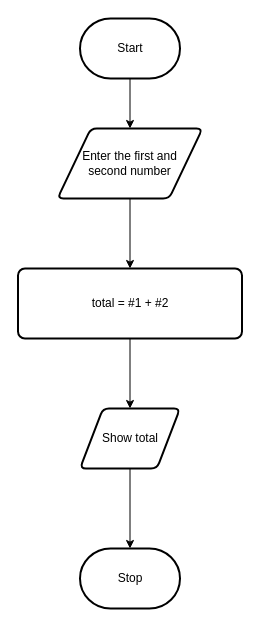
Before: flowchart.drawio in Huzaifa-Khalid-2/ICS3U-Unit3-01-Python, a draw.io diagram. Source tidied: cells renumbered, new cells numbered last; positions are measured from the earlier drawing's top-left corner, leaving out a move shared by most shapes. Both pictures are drawn from the tidied source at 100%, with x=0, y=0 at pixel (18, 18).
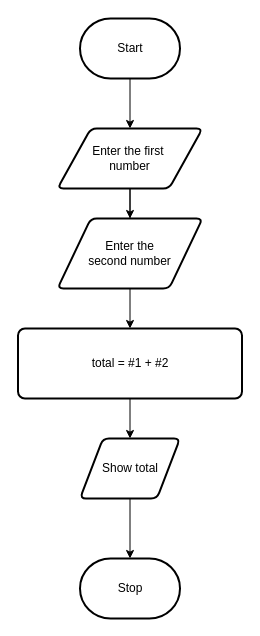
The same page after the edit.

Diff of the diagram source:
```diff
@@
 <mxGraphModel>
   <root>
     <mxCell id="0" />
     <mxCell id="1" parent="0" />
     <mxCell id="2" style="edgeStyle=none;html=1;" parent="1" edge="1" source="3" target="5">
       <mxGeometry relative="1" as="geometry" />
     </mxCell>
     <mxCell id="3" value="Start" style="strokeWidth=2;html=1;shape=mxgraph.flowchart.terminator;whiteSpace=wrap;" parent="1" vertex="1">
       <mxGeometry x="61.5" width="100" height="60" as="geometry" />
     </mxCell>
-    <mxCell id="4" style="edgeStyle=none;html=1;" parent="1" edge="1" source="5" target="7">
+    <mxCell id="4" style="edgeStyle=none;html=1;startArrow=none;" parent="1" edge="1" source="12" target="7">
       <mxGeometry relative="1" as="geometry" />
     </mxCell>
+    <mxCell id="11" style="edgeStyle=none;html=1;entryX=0.5;entryY=0;entryDx=0;entryDy=0;" parent="1" edge="1" source="5" target="12">
+      <mxGeometry relative="1" as="geometry" />
+    </mxCell>
-    <mxCell id="5" value="&lt;font style=&quot;font-size: 12px&quot;&gt;Enter the first and &lt;br&gt;second number&lt;/font&gt;" style="shape=parallelogram;html=1;strokeWidth=2;perimeter=parallelogramPerimeter;whiteSpace=wrap;rounded=1;arcSize=12;size=0.23;" parent="1" vertex="1">
-      <mxGeometry x="39" y="110" width="145" height="70" as="geometry" />
+    <mxCell id="5" value="&lt;font style=&quot;font-size: 12px&quot;&gt;Enter the first&amp;nbsp;&lt;br&gt;number&lt;/font&gt;" style="shape=parallelogram;html=1;strokeWidth=2;perimeter=parallelogramPerimeter;whiteSpace=wrap;rounded=1;arcSize=12;size=0.23;" parent="1" vertex="1">
+      <mxGeometry x="39" y="110" width="145" height="60" as="geometry" />
     </mxCell>
     <mxCell id="6" style="edgeStyle=none;html=1;" parent="1" edge="1" source="7" target="9">
       <mxGeometry relative="1" as="geometry" />
     </mxCell>
     <mxCell id="7" value="total = #1 + #2" style="rounded=1;whiteSpace=wrap;html=1;absoluteArcSize=1;arcSize=14;strokeWidth=2;" parent="1" vertex="1">
-      <mxGeometry x="-0.5" y="250" width="224" height="70" as="geometry" />
+      <mxGeometry x="-0.5" y="310" width="224" height="70" as="geometry" />
     </mxCell>
     <mxCell id="8" style="edgeStyle=none;html=1;" parent="1" edge="1" source="9" target="10">
       <mxGeometry relative="1" as="geometry" />
     </mxCell>
     <mxCell id="9" value="Show total" style="shape=parallelogram;html=1;strokeWidth=2;perimeter=parallelogramPerimeter;whiteSpace=wrap;rounded=1;arcSize=12;size=0.23;" parent="1" vertex="1">
-      <mxGeometry x="61.5" y="390" width="100" height="60" as="geometry" />
+      <mxGeometry x="61.5" y="420" width="100" height="60" as="geometry" />
     </mxCell>
     <mxCell id="10" value="Stop" style="strokeWidth=2;html=1;shape=mxgraph.flowchart.terminator;whiteSpace=wrap;" parent="1" vertex="1">
-      <mxGeometry x="61.5" y="530" width="100" height="60" as="geometry" />
+      <mxGeometry x="61.5" y="540" width="100" height="60" as="geometry" />
     </mxCell>
+    <mxCell id="12" value="&lt;font style=&quot;font-size: 12px&quot;&gt;Enter the&lt;br&gt;second number&lt;/font&gt;" style="shape=parallelogram;html=1;strokeWidth=2;perimeter=parallelogramPerimeter;whiteSpace=wrap;rounded=1;arcSize=12;size=0.23;" parent="1" vertex="1">
+      <mxGeometry x="39" y="200" width="145" height="70" as="geometry" />
+    </mxCell>
+    <mxCell id="13" style="edgeStyle=none;html=1;endArrow=none;" parent="1" edge="1" source="5" target="12">
+      <mxGeometry relative="1" as="geometry" />
+    </mxCell>
   </root>
 </mxGraphModel>
```
